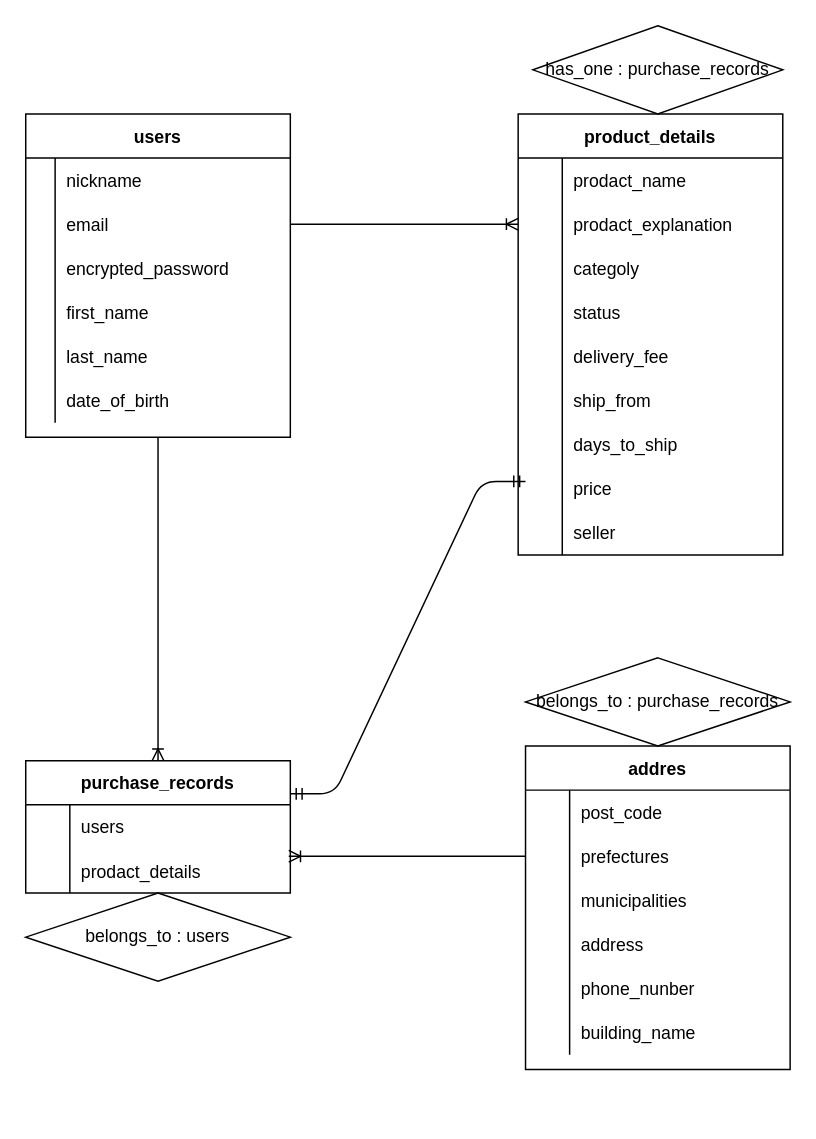
Above: config/test.dio in kohei0811/furima-29622 (draw.io), before the change. Source tidied: cells renumbered, new cells numbered last; positions are measured from the earlier drawing's top-left corner, leaving out a move shared by most shapes. Both pictures are drawn from the tidied source at 147%, with x=0, y=0 at pixel (25, 25).
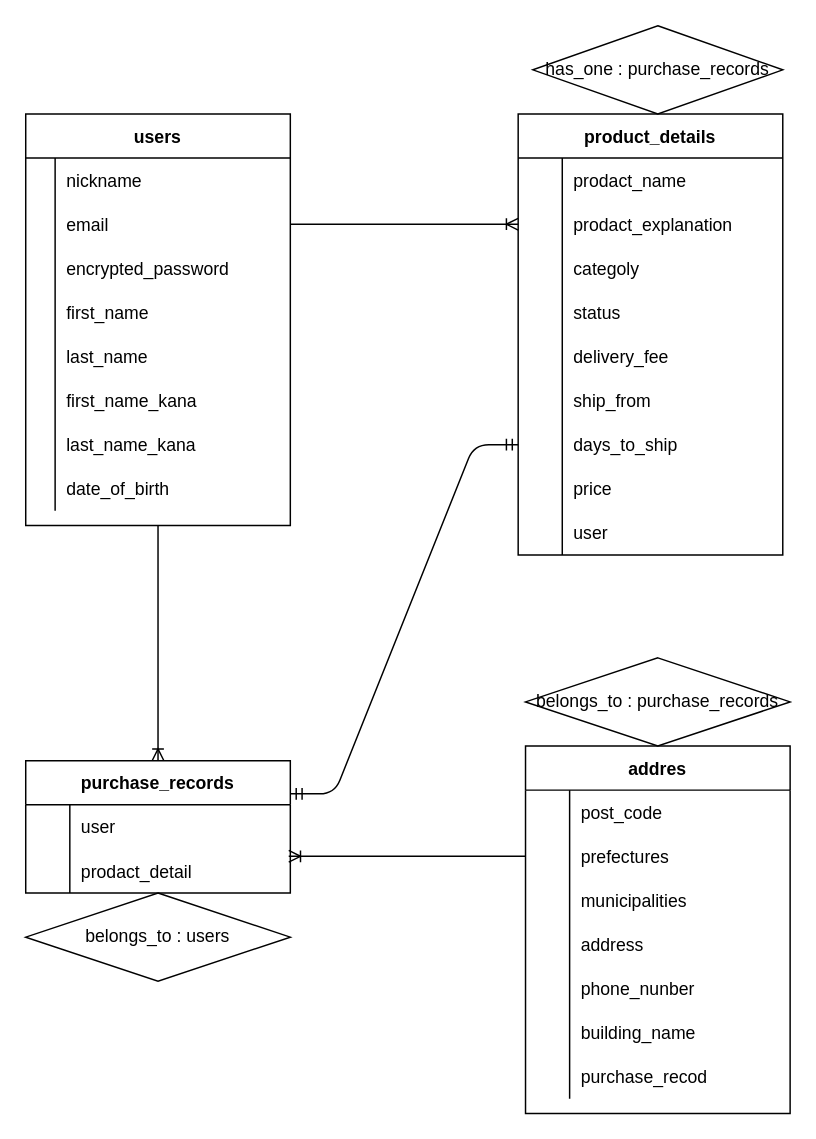
After the change.

Commit message (it also covers changes not shown here):
ER図、READMEの修正2

Unchanged cells that the change refers to:
```xml
<mxCell id="40" style="shape=partialRectangle;fillColor=none;top=0;left=0;bottom=0;right=0;points=[[0,0.5],[1,0.5]];portConstraint=eastwest;" parent="21" vertex="1">
  <mxGeometry y="210" width="180" height="30" as="geometry" />
</mxCell>
<mxCell id="46" style="shape=partialRectangle;fillColor=none;top=0;left=0;bottom=0;right=0;" parent="21" vertex="1">
  <mxGeometry y="270" width="180" height="30" as="geometry" />
</mxCell>
<mxCell id="49" value="purchase_records" style="shape=table;startSize=30;childLayout=tableLayout;rowLines=0;fontStyle=1;align=center;" parent="1" vertex="1">
  <mxGeometry y="500" width="180" height="90" as="geometry" />
</mxCell>
<mxCell id="50" style="shape=partialRectangle;fillColor=none;top=0;left=0;bottom=0;right=0;" parent="49" vertex="1">
  <mxGeometry y="30" width="180" height="30" as="geometry" />
</mxCell>
<mxCell id="53" style="shape=partialRectangle;fillColor=none;top=0;left=0;bottom=0;right=0;points=[[0,0.5],[1,0.5]];portConstraint=eastwest;" parent="49" vertex="1">
  <mxGeometry y="60" width="180" height="30" as="geometry" />
</mxCell>
```

The edit, as a diff of the source:
```diff
@@
     <mxCell id="2" value="users" style="shape=table;startSize=30;childLayout=tableLayout;rowLines=0;fontStyle=1;align=center;" parent="1" vertex="1">
-      <mxGeometry y="60" width="180" height="220" as="geometry" />
+      <mxGeometry y="60" width="180" height="280" as="geometry" />
     </mxCell>
@@
+    <mxCell id="82" style="shape=partialRectangle;fillColor=none;top=0;left=0;bottom=0;right=0;" parent="2" vertex="1">
+      <mxGeometry y="180" width="180" height="30" as="geometry" />
+    </mxCell>
+    <mxCell id="83" style="shape=partialRectangle;fillColor=none;top=0;left=0;bottom=0;right=0;overflow=hidden;" parent="82" vertex="1">
+      <mxGeometry width="20" height="30" as="geometry" />
+    </mxCell>
+    <mxCell id="84" value="first_name_kana" style="shape=partialRectangle;fillColor=none;top=0;left=0;bottom=0;right=0;align=left;spacingLeft=6;overflow=hidden;" parent="82" vertex="1">
+      <mxGeometry x="20" width="160" height="30" as="geometry" />
+    </mxCell>
+    <mxCell id="85" style="shape=partialRectangle;fillColor=none;top=0;left=0;bottom=0;right=0;" parent="2" vertex="1">
+      <mxGeometry y="210" width="180" height="30" as="geometry" />
+    </mxCell>
+    <mxCell id="86" style="shape=partialRectangle;fillColor=none;top=0;left=0;bottom=0;right=0;overflow=hidden;" parent="85" vertex="1">
+      <mxGeometry width="20" height="30" as="geometry" />
+    </mxCell>
+    <mxCell id="87" value="last_name_kana" style="shape=partialRectangle;fillColor=none;top=0;left=0;bottom=0;right=0;align=left;spacingLeft=6;overflow=hidden;" parent="85" vertex="1">
+      <mxGeometry x="20" width="160" height="30" as="geometry" />
+    </mxCell>
     <mxCell id="18" style="shape=partialRectangle;fillColor=none;top=0;left=0;bottom=0;right=0;" parent="2" vertex="1">
-      <mxGeometry y="180" width="180" height="30" as="geometry" />
+      <mxGeometry y="240" width="180" height="30" as="geometry" />
     </mxCell>
@@
-    <mxCell id="48" value="seller" style="shape=partialRectangle;fillColor=none;top=0;left=0;bottom=0;right=0;align=left;spacingLeft=6;overflow=hidden;" parent="46" vertex="1">
+    <mxCell id="48" value="user" style="shape=partialRectangle;fillColor=none;top=0;left=0;bottom=0;right=0;align=left;spacingLeft=6;overflow=hidden;" parent="46" vertex="1">
       <mxGeometry x="30" width="150" height="30" as="geometry" />
     </mxCell>
@@
-    <mxCell id="52" value="users" style="shape=partialRectangle;fillColor=none;top=0;left=0;bottom=0;right=0;align=left;spacingLeft=6;overflow=hidden;" parent="50" vertex="1">
+    <mxCell id="52" value="user" style="shape=partialRectangle;fillColor=none;top=0;left=0;bottom=0;right=0;align=left;spacingLeft=6;overflow=hidden;" parent="50" vertex="1">
       <mxGeometry x="30" width="150" height="30" as="geometry" />
     </mxCell>
@@
-    <mxCell id="55" value="prodact_details" style="shape=partialRectangle;fillColor=none;top=0;left=0;bottom=0;right=0;align=left;spacingLeft=6;overflow=hidden;" parent="53" vertex="1">
+    <mxCell id="55" value="prodact_detail" style="shape=partialRectangle;fillColor=none;top=0;left=0;bottom=0;right=0;align=left;spacingLeft=6;overflow=hidden;" parent="53" vertex="1">
       <mxGeometry x="30" width="150" height="30" as="geometry" />
     </mxCell>
     <mxCell id="56" value="addres" style="shape=table;startSize=30;childLayout=tableLayout;rowLines=0;fontStyle=1;align=center;" parent="1" vertex="1">
-      <mxGeometry x="340" y="490" width="180" height="220" as="geometry" />
+      <mxGeometry x="340" y="490" width="180" height="250" as="geometry" />
     </mxCell>
@@
+    <mxCell id="88" style="shape=partialRectangle;fillColor=none;top=0;left=0;bottom=0;right=0;" parent="56" vertex="1">
+      <mxGeometry y="210" width="180" height="30" as="geometry" />
+    </mxCell>
+    <mxCell id="89" style="shape=partialRectangle;fillColor=none;top=0;left=0;bottom=0;right=0;overflow=hidden;" parent="88" vertex="1">
+      <mxGeometry width="30" height="30" as="geometry" />
+    </mxCell>
+    <mxCell id="90" value="purchase_recod" style="shape=partialRectangle;fillColor=none;top=0;left=0;bottom=0;right=0;align=left;spacingLeft=6;overflow=hidden;" parent="88" vertex="1">
+      <mxGeometry x="30" width="150" height="30" as="geometry" />
+    </mxCell>
@@
-    <mxCell id="76" style="edgeStyle=entityRelationEdgeStyle;fontSize=12;html=1;endArrow=ERmandOne;startArrow=ERmandOne;exitX=1;exitY=0.25;exitDx=0;exitDy=0;" parent="1" edge="1" source="49">
-      <mxGeometry relative="1" as="geometry">
-        <mxPoint x="340" y="310" as="targetPoint" />
-      </mxGeometry>
+    <mxCell id="76" style="edgeStyle=entityRelationEdgeStyle;fontSize=12;html=1;endArrow=ERmandOne;startArrow=ERmandOne;exitX=1;exitY=0.25;exitDx=0;exitDy=0;entryX=0;entryY=0.5;entryDx=0;entryDy=0;" parent="1" edge="1" source="49" target="40">
+      <mxGeometry relative="1" as="geometry" />
     </mxCell>
```
